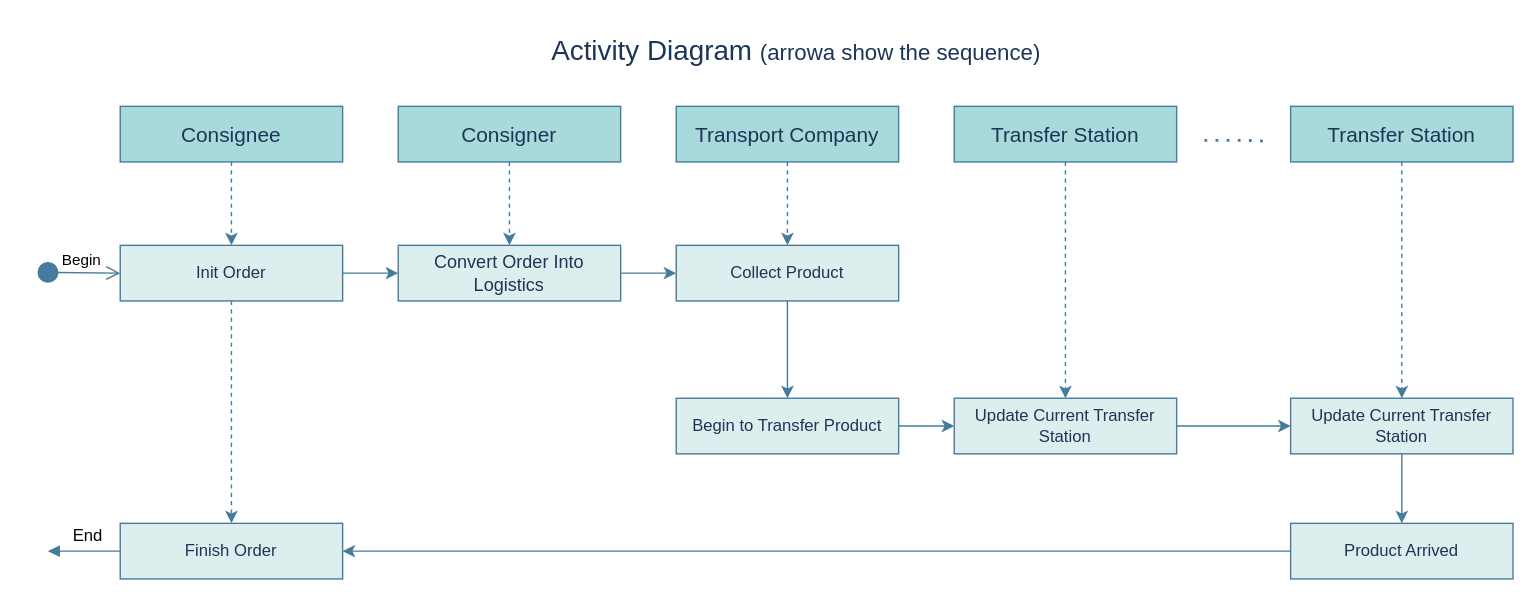
This is 未命名绘图.drawio from siheyase/yunjisuan, a draw.io file, before an edit. Source tidied: cells renumbered, new cells numbered last; positions are measured from the earlier drawing's top-left corner, leaving out a move shared by most shapes. Both pictures are drawn from the tidied source at 139%, with x=0, y=0 at pixel (36, 24).
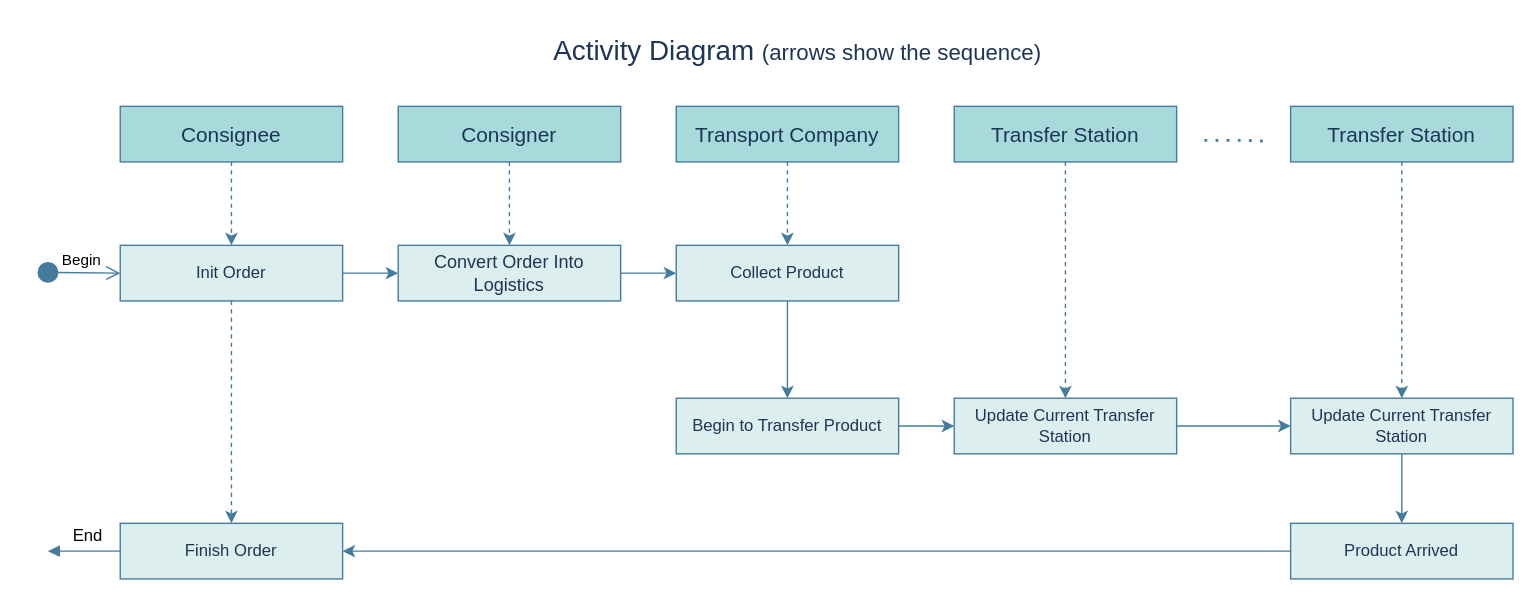
After the change.

Commit message (it also covers changes not shown here):
更新未命名绘图.drawio

Change to the diagram source:
```diff
@@
-    <mxCell id="30" value="&lt;font style=&quot;&quot;&gt;&lt;span style=&quot;font-weight: normal;&quot;&gt;&lt;span style=&quot;font-size: 20px;&quot;&gt;Activity Diagram &lt;/span&gt;&lt;font style=&quot;font-size: 16px;&quot;&gt;(arrowa show the sequence)&lt;/font&gt;&lt;/span&gt;&lt;/font&gt;" style="text;html=1;align=center;verticalAlign=middle;strokeColor=none;fillColor=none;fontColor=#1D3557;fontStyle=1;" parent="1" vertex="1">
-      <mxGeometry x="361" width="370" height="36" as="geometry" />
+    <mxCell id="30" value="&lt;font style=&quot;&quot;&gt;&lt;span style=&quot;font-weight: normal;&quot;&gt;&lt;span style=&quot;font-size: 20px;&quot;&gt;Activity Diagram &lt;/span&gt;&lt;font style=&quot;font-size: 16px;&quot;&gt;(arrows show the sequence)&lt;/font&gt;&lt;/span&gt;&lt;/font&gt;" style="text;html=1;align=center;verticalAlign=middle;strokeColor=none;fillColor=none;fontColor=#1D3557;fontStyle=1;" parent="1" vertex="1">
+      <mxGeometry x="362" width="369" height="36" as="geometry" />
     </mxCell>
```
